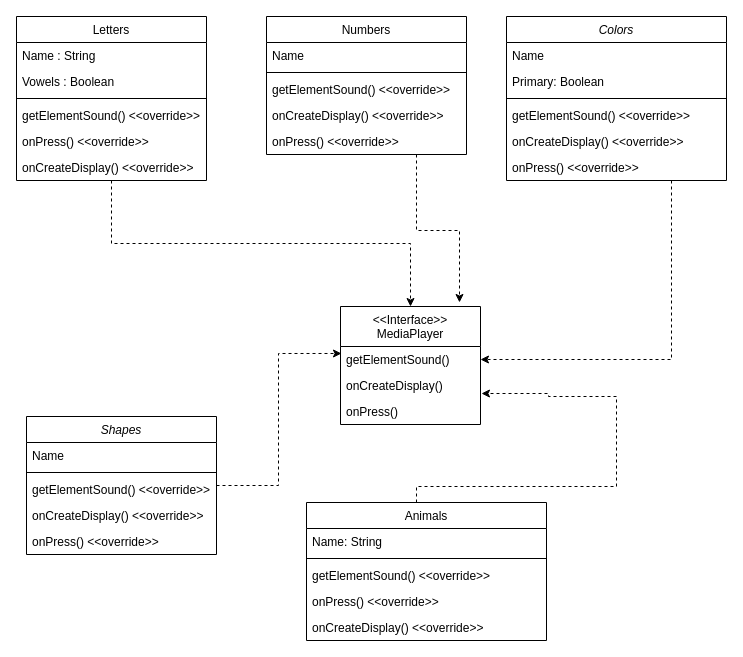
The draw.io diagram UML.drawio in Austin-Earl-Private/ChildrenLearningApp, before the edit. Source tidied: cells renumbered, new cells numbered last; positions are measured from the earlier drawing's top-left corner, leaving out a move shared by most shapes. Both pictures are drawn from the tidied source at 100%, with x=0, y=0 at pixel (16, 16).
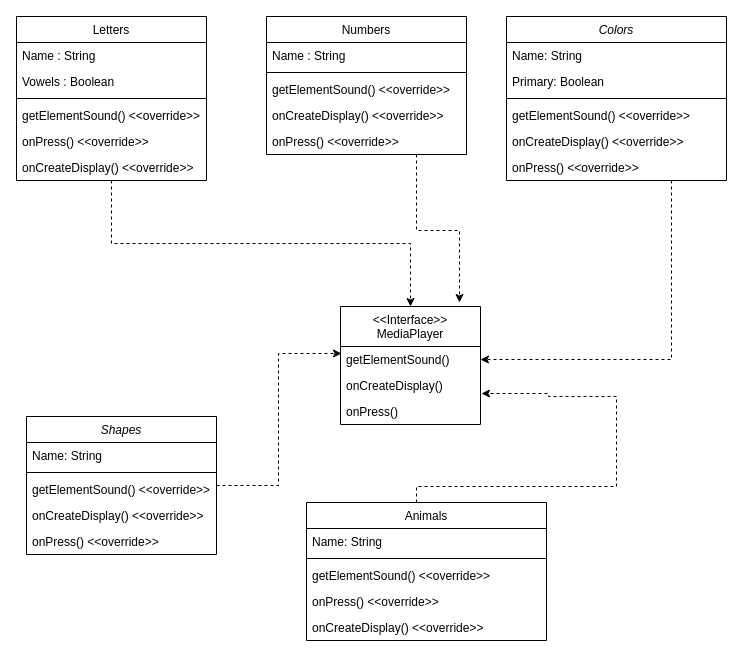
After the change.

Commit message:
Update "name" in classes UML.drawio

Unchanged cells that the change refers to:
```xml
<mxCell id="3" value="Shapes" style="swimlane;fontStyle=2;align=center;verticalAlign=top;horizontal=1;startSize=26;rounded=0;shadow=0;strokeWidth=1;" parent="1" vertex="1">
  <mxGeometry x="10" y="400" width="190" height="138" as="geometry" />
</mxCell>
<mxCell id="25" value="Numbers" style="swimlane;fontStyle=0;align=center;verticalAlign=top;horizontal=1;startSize=26;rounded=0;shadow=0;strokeWidth=1;" parent="1" vertex="1">
  <mxGeometry x="250" width="200" height="138" as="geometry" />
</mxCell>
<mxCell id="32" value="Colors" style="swimlane;fontStyle=2;align=center;verticalAlign=top;horizontal=1;startSize=26;rounded=0;shadow=0;strokeWidth=1;" parent="1" vertex="1">
  <mxGeometry x="490" width="220" height="164" as="geometry" />
</mxCell>
```

Change to the diagram source:
```diff
@@
-    <mxCell id="4" value="Name" style="text;align=left;verticalAlign=top;spacingLeft=4;spacingRight=4;overflow=hidden;" parent="3" vertex="1">
+    <mxCell id="4" value="Name: String" style="text;align=left;verticalAlign=top;spacingLeft=4;spacingRight=4;overflow=hidden;" parent="3" vertex="1">
       <mxGeometry y="26" width="190" height="26" as="geometry" />
     </mxCell>
@@
-    <mxCell id="26" value="Name" style="text;align=left;verticalAlign=top;spacingLeft=4;spacingRight=4;overflow=hidden;" parent="25" vertex="1">
+    <mxCell id="26" value="Name : String" style="text;align=left;verticalAlign=top;spacingLeft=4;spacingRight=4;overflow=hidden;" parent="25" vertex="1">
       <mxGeometry y="26" width="200" height="26" as="geometry" />
     </mxCell>
@@
-    <mxCell id="33" value="Name" style="text;align=left;verticalAlign=top;spacingLeft=4;spacingRight=4;overflow=hidden;" parent="32" vertex="1">
+    <mxCell id="33" value="Name: String" style="text;align=left;verticalAlign=top;spacingLeft=4;spacingRight=4;overflow=hidden;" parent="32" vertex="1">
       <mxGeometry y="26" width="220" height="26" as="geometry" />
     </mxCell>
```
